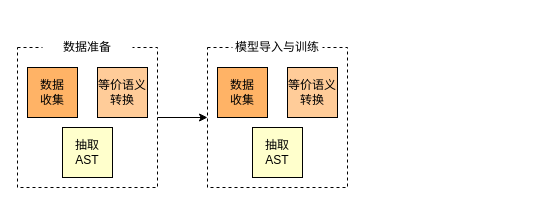
balllightnings/balllightnings.github.io keeps this draw.io diagram as 整体框架.drawio. Above is the earlier version. Source tidied: cells renumbered, new cells numbered last; positions are measured from the earlier drawing's top-left corner, leaving out a move shared by most shapes. Both pictures are drawn from the tidied source at 100%, with x=0, y=0 at pixel (17, 17).
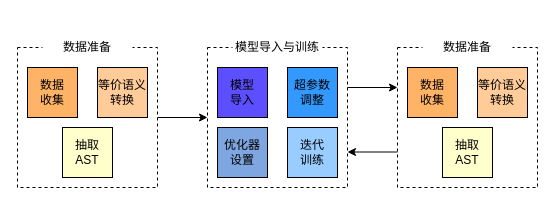
After the change.

Commit message:
更新整体框架.drawio

What changed in the source:
```diff
@@
-    <mxCell id="10" value="&lt;div&gt;数据&lt;/div&gt;&lt;div&gt;收集&lt;/div&gt;" style="whiteSpace=wrap;html=1;labelBackgroundColor=none;fillColor=#FFB366;" parent="1" vertex="1">
+    <mxCell id="10" value="&lt;div&gt;模型&lt;/div&gt;&lt;div&gt;导入&lt;br&gt;&lt;/div&gt;" style="whiteSpace=wrap;html=1;labelBackgroundColor=none;fillColor=#5B4FFF;" parent="1" vertex="1">
       <mxGeometry x="200" y="50" width="50" height="50" as="geometry" />
     </mxCell>
-    <mxCell id="11" value="&lt;div&gt;等价语义转换&lt;br&gt;&lt;/div&gt;" style="whiteSpace=wrap;html=1;labelBackgroundColor=none;fillColor=#FFCC99;" parent="1" vertex="1">
+    <mxCell id="11" value="&lt;div&gt;超参数&lt;/div&gt;&lt;div&gt;调整&lt;/div&gt;" style="whiteSpace=wrap;html=1;labelBackgroundColor=none;fillColor=#3399FF;" parent="1" vertex="1">
       <mxGeometry x="270" y="50" width="50" height="50" as="geometry" />
     </mxCell>
-    <mxCell id="12" value="&lt;div&gt;抽取&lt;/div&gt;&lt;div&gt;AST&lt;br&gt;&lt;/div&gt;" style="whiteSpace=wrap;html=1;labelBackgroundColor=none;fillColor=#FFFFCC;" parent="1" vertex="1">
-      <mxGeometry x="235" y="110" width="50" height="50" as="geometry" />
+    <mxCell id="12" value="&lt;div&gt;优化器&lt;/div&gt;&lt;div&gt;设置&lt;br&gt;&lt;/div&gt;" style="whiteSpace=wrap;html=1;labelBackgroundColor=none;fillColor=#7EA6E0;" parent="1" vertex="1">
+      <mxGeometry x="200" y="110" width="50" height="50" as="geometry" />
     </mxCell>
+    <mxCell id="13" value="&lt;div&gt;迭代&lt;/div&gt;&lt;div&gt;训练&lt;br&gt;&lt;/div&gt;" style="whiteSpace=wrap;html=1;labelBackgroundColor=none;fillColor=#99CCFF;" parent="1" vertex="1">
+      <mxGeometry x="270" y="110" width="50" height="50" as="geometry" />
+    </mxCell>
+    <mxCell id="14" style="whiteSpace=wrap;html=1;dashed=1;" parent="1" vertex="1">
+      <mxGeometry x="380" y="30" width="140" height="140" as="geometry" />
+    </mxCell>
+    <mxCell id="15" value="数据准备" style="text;html=1;align=center;verticalAlign=middle;whiteSpace=wrap;rounded=0;dashed=1;labelBackgroundColor=none;fillColor=#ffffff;" parent="1" vertex="1">
+      <mxGeometry x="405" width="90" height="60" as="geometry" />
+    </mxCell>
+    <mxCell id="16" value="&lt;div&gt;数据&lt;/div&gt;&lt;div&gt;收集&lt;/div&gt;" style="whiteSpace=wrap;html=1;labelBackgroundColor=none;fillColor=#FFB366;" parent="1" vertex="1">
+      <mxGeometry x="390" y="50" width="50" height="50" as="geometry" />
+    </mxCell>
+    <mxCell id="17" value="&lt;div&gt;等价语义转换&lt;br&gt;&lt;/div&gt;" style="whiteSpace=wrap;html=1;labelBackgroundColor=none;fillColor=#FFCC99;" parent="1" vertex="1">
+      <mxGeometry x="460" y="50" width="50" height="50" as="geometry" />
+    </mxCell>
+    <mxCell id="18" value="&lt;div&gt;抽取&lt;/div&gt;&lt;div&gt;AST&lt;br&gt;&lt;/div&gt;" style="whiteSpace=wrap;html=1;labelBackgroundColor=none;fillColor=#FFFFCC;" parent="1" vertex="1">
+      <mxGeometry x="425" y="110" width="50" height="50" as="geometry" />
+    </mxCell>
+    <mxCell id="19" style="endArrow=classic;html=1;" parent="1" edge="1">
+      <mxGeometry relative="1" as="geometry">
+        <mxPoint x="330" y="70" as="sourcePoint" />
+        <mxPoint x="380" y="70" as="targetPoint" />
+      </mxGeometry>
+    </mxCell>
+    <mxCell id="20" style="endArrow=classic;html=1;" parent="1" edge="1">
+      <mxGeometry relative="1" as="geometry">
+        <mxPoint x="380" y="134.5" as="sourcePoint" />
+        <mxPoint x="330" y="134.5" as="targetPoint" />
+      </mxGeometry>
+    </mxCell>
```
